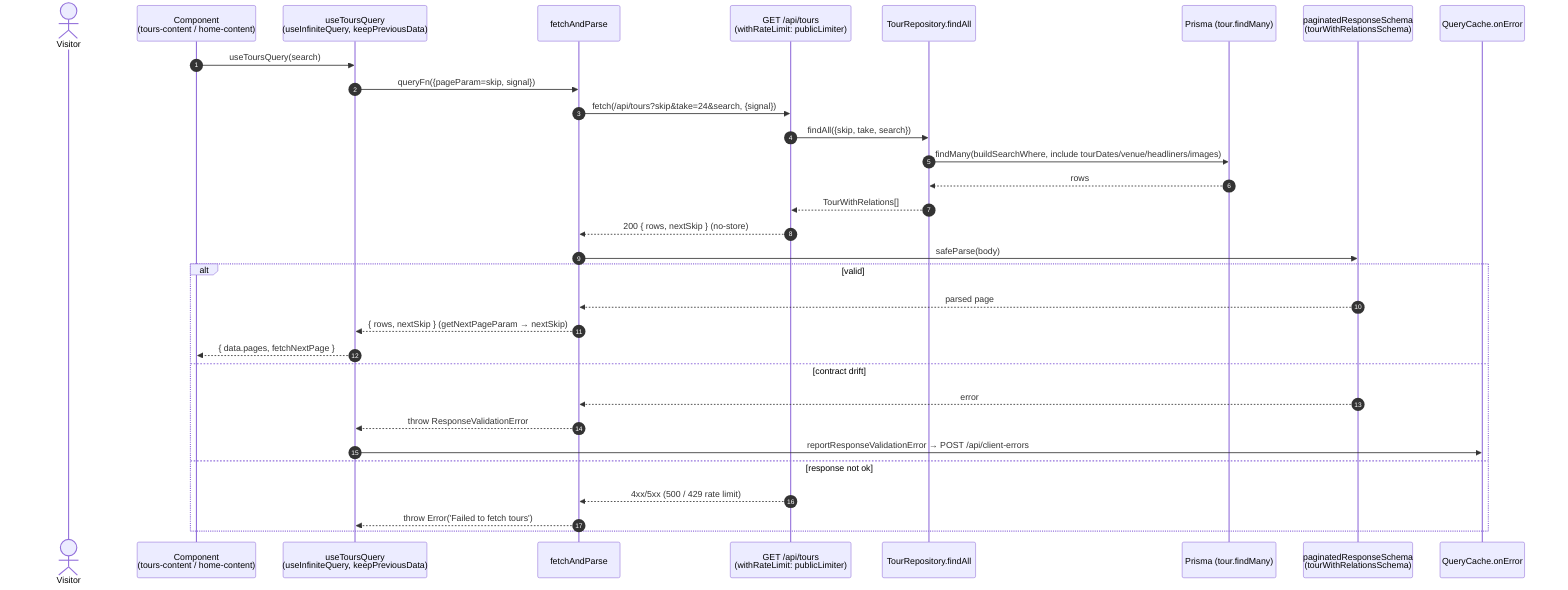
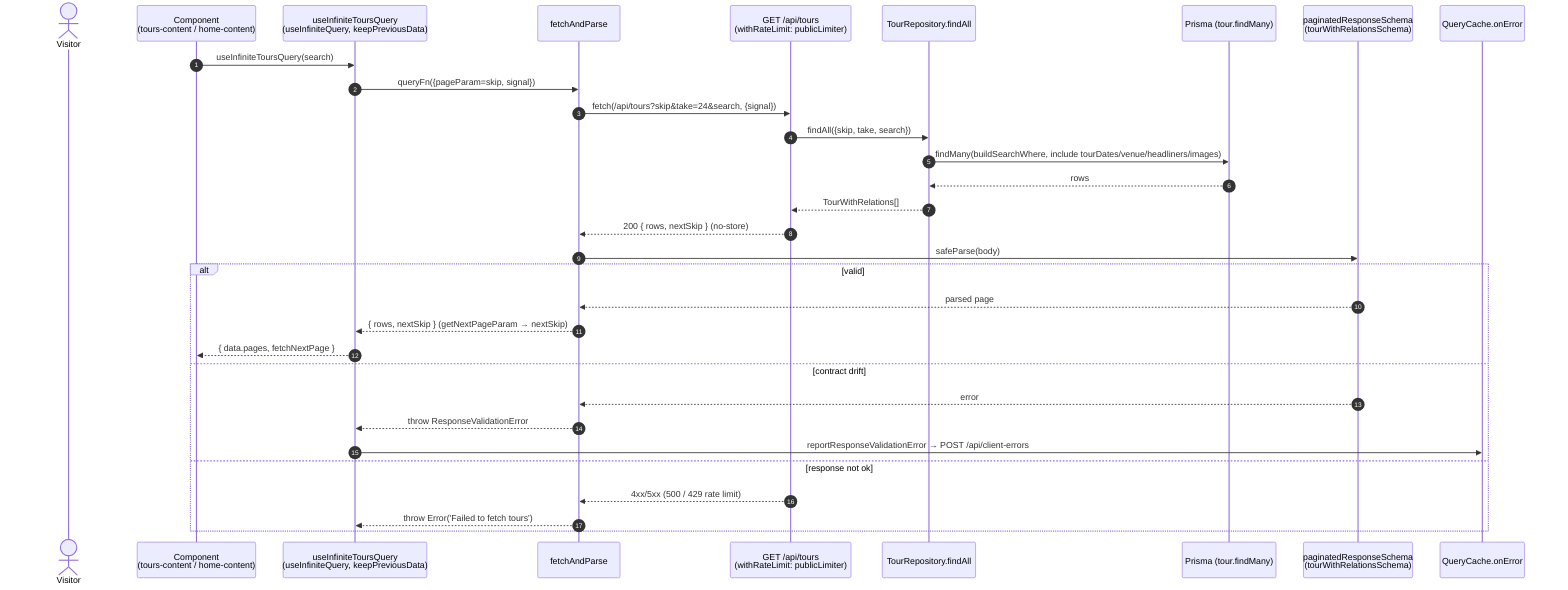
- %% useToursQuery — paginated public tours listing (infinite scroll)
+ %% useInfiniteToursQuery — paginated public tours listing (infinite scroll)
sequenceDiagram
    autonumber
    actor U as Visitor
    participant C as Component<br/>(tours-content / home-content)
-     participant H as useToursQuery<br/>(useInfiniteQuery, keepPreviousData)
+     participant H as useInfiniteToursQuery<br/>(useInfiniteQuery, keepPreviousData)
    participant F as fetchAndParse
    participant R as GET /api/tours<br/>(withRateLimit: publicLimiter)
    participant RP as TourRepository.findAll
    participant DB as Prisma (tour.findMany)
    participant V as paginatedResponseSchema<br/>(tourWithRelationsSchema)
    participant RC as QueryCache.onError
-     C->>H: useToursQuery(search)
+     C->>H: useInfiniteToursQuery(search)
    H->>F: queryFn({pageParam=skip, signal})
    F->>R: fetch(/api/tours?skip&take=24&search, {signal})
    R->>RP: findAll({skip, take, search})
    RP->>DB: findMany(buildSearchWhere, include tourDates/venue/headliners/images)
    DB-->>RP: rows
    RP-->>R: TourWithRelations[]
    R-->>F: 200 { rows, nextSkip } (no-store)
    F->>V: safeParse(body)
    alt valid
        V-->>F: parsed page
        F-->>H: { rows, nextSkip } (getNextPageParam → nextSkip)
        H-->>C: { data.pages, fetchNextPage }
    else contract drift
        V-->>F: error
        F-->>H: throw ResponseValidationError
        H->>RC: reportResponseValidationError → POST /api/client-errors
    else response not ok
        R-->>F: 4xx/5xx (500 / 429 rate limit)
        F-->>H: throw Error('Failed to fetch tours')
    end
